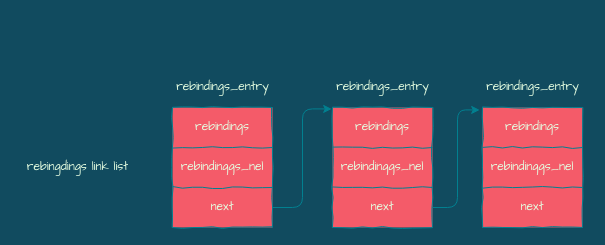
Earlier version of the draw.io diagram fishhook/rebind_entry.drawio (silan-liu/drawio). Source tidied: cells renumbered, new cells numbered last; positions are measured from the earlier drawing's top-left corner, leaving out a move shared by most shapes. Both pictures are drawn from the tidied source at 100%, with x=0, y=0 at pixel (17, 77).
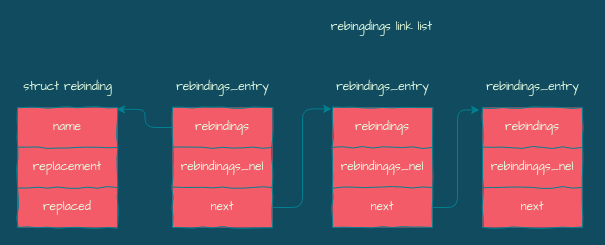
The same diagram, later.

The change refers to these unchanged cells:
```xml
<mxCell id="3" style="shape=partialRectangle;html=1;whiteSpace=wrap;fillColor=none;top=0;left=0;bottom=0;right=0;points=[[0,0.5],[1,0.5]];portConstraint=eastwest;strokeColor=#028090;fontColor=#E4FDE1;" parent="2" vertex="1">
  <mxGeometry width="100" height="40" as="geometry" />
</mxCell>
```

Change to the diagram source:
```diff
@@
     <mxCell id="28" value="rebingdings link list" style="text;html=1;align=center;verticalAlign=middle;fontFamily=Architects Daughter;fontColor=#E4FDE1;" parent="1" vertex="1">
-      <mxGeometry y="80" width="120" height="20" as="geometry" />
+      <mxGeometry x="304" y="-60" width="120" height="20" as="geometry" />
     </mxCell>
+    <mxCell id="29" style="edgeStyle=orthogonalEdgeStyle;curved=0;rounded=1;sketch=0;jettySize=auto;html=1;exitX=0;exitY=0.5;exitDx=0;exitDy=0;strokeColor=#028090;fillColor=#F45B69;fontFamily=Architects Daughter;fontColor=#E4FDE1;entryX=0.99;entryY=0.046;entryDx=0;entryDy=0;entryPerimeter=0;" parent="1" edge="1" source="3" target="31">
+      <mxGeometry relative="1" as="geometry" />
+    </mxCell>
+    <mxCell id="30" style="shape=table;html=1;whiteSpace=wrap;startSize=0;childLayout=tableLayout;fillColor=#F45B69;strokeColor=#028090;fontColor=#E4FDE1;comic=1;" parent="1" vertex="1">
+      <mxGeometry y="30" width="100" height="120" as="geometry" />
+    </mxCell>
+    <mxCell id="31" style="shape=partialRectangle;html=1;whiteSpace=wrap;fillColor=none;top=0;left=0;bottom=0;right=0;points=[[0,0.5],[1,0.5]];portConstraint=eastwest;strokeColor=#028090;fontColor=#E4FDE1;" parent="30" vertex="1">
+      <mxGeometry width="100" height="40" as="geometry" />
+    </mxCell>
+    <mxCell id="32" value="name" style="shape=partialRectangle;html=1;whiteSpace=wrap;overflow=hidden;fillColor=none;top=0;left=0;bottom=0;right=0;strokeColor=#028090;fontColor=#E4FDE1;fontFamily=Architects Daughter;" parent="31" vertex="1">
+      <mxGeometry width="100" height="40" as="geometry" />
+    </mxCell>
+    <mxCell id="33" style="shape=partialRectangle;html=1;whiteSpace=wrap;fillColor=none;top=0;left=0;bottom=0;right=0;strokeColor=#028090;fontColor=#E4FDE1;" parent="30" vertex="1">
+      <mxGeometry y="40" width="100" height="40" as="geometry" />
+    </mxCell>
+    <mxCell id="34" value="replacement" style="shape=partialRectangle;html=1;whiteSpace=wrap;overflow=hidden;fillColor=none;top=0;left=0;bottom=0;right=0;strokeColor=#028090;fontColor=#E4FDE1;fontFamily=Architects Daughter;" parent="33" vertex="1">
+      <mxGeometry width="100" height="40" as="geometry" />
+    </mxCell>
+    <mxCell id="35" style="shape=partialRectangle;html=1;whiteSpace=wrap;fillColor=none;top=0;left=0;bottom=0;right=0;strokeColor=#028090;fontColor=#E4FDE1;" parent="30" vertex="1">
+      <mxGeometry y="80" width="100" height="40" as="geometry" />
+    </mxCell>
+    <mxCell id="36" value="replaced" style="shape=partialRectangle;html=1;whiteSpace=wrap;overflow=hidden;fillColor=none;top=0;left=0;bottom=0;right=0;strokeColor=#028090;fontColor=#E4FDE1;fontFamily=Architects Daughter;" parent="35" vertex="1">
+      <mxGeometry width="100" height="40" as="geometry" />
+    </mxCell>
+    <mxCell id="37" value="struct rebinding" style="text;html=1;align=center;verticalAlign=middle;fontFamily=Architects Daughter;fontColor=#E4FDE1;" parent="1" vertex="1">
+      <mxGeometry width="100" height="20" as="geometry" />
+    </mxCell>
```
